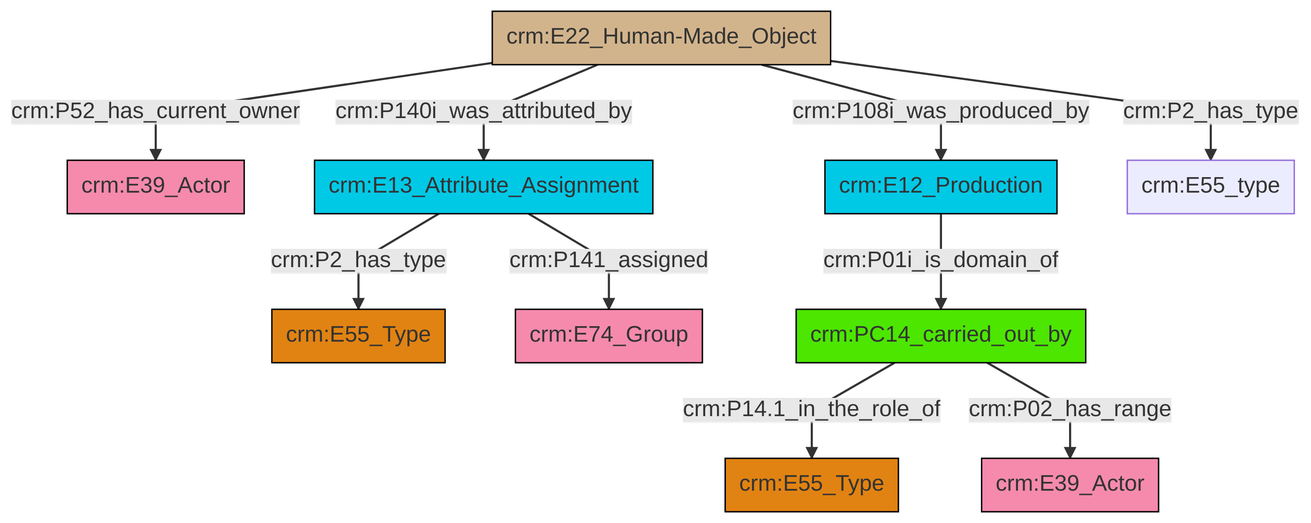
Above: et/builtWorkCSV/ttl/mmd/png/Built_Work_actor_relations.png in swiss-art-research-net/docs.swissartresearch (Mermaid), before the change. Its source is kept beside it as et/builtWorkCSV/ttl/mmd/Built_Work_actor_relations.ttl.mmd.
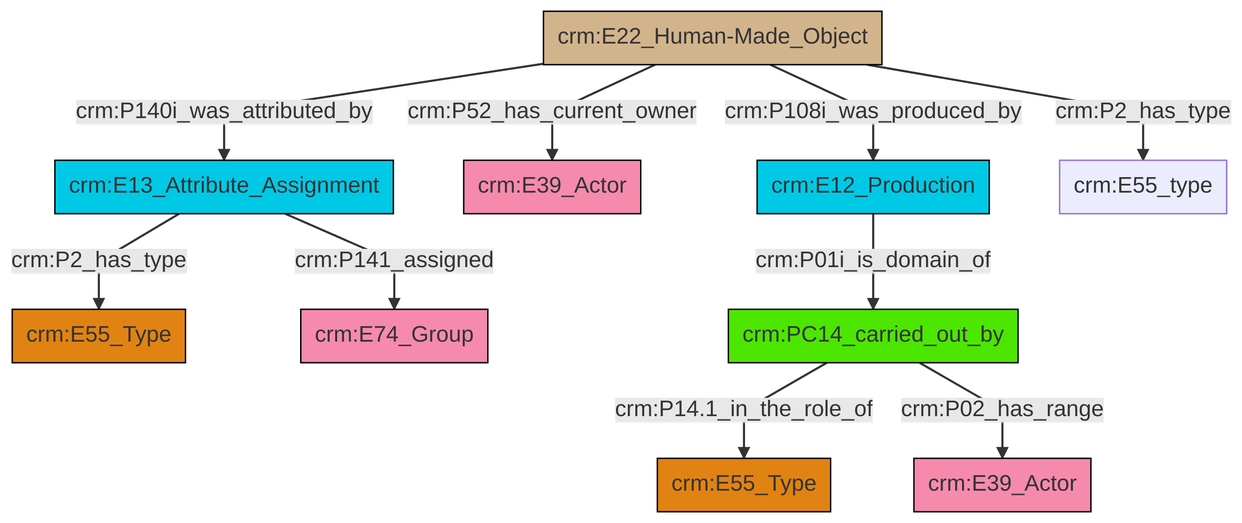
Later version of the same file.

What changed in the source:
```diff
@@ -13,12 +13,12 @@
 classDef PC_Classes fill:#4ce600, stroke:#000000;
 classDef Multi fill:#cccccc,stroke:#000000;
 
-4["crm:E22_Human-Made_Object"]:::Physical_Thing -->|crm:P52_has_current_owner| 5["crm:E39_Actor"]:::Actor
-8["crm:E13_Attribute_Assignment"]:::Temporal_Entity -->|crm:P141_assigned| 9["crm:E74_Group"]:::Actor
-8["crm:E13_Attribute_Assignment"]:::Temporal_Entity -->|crm:P2_has_type| 0["crm:E55_Type"]:::Type
-11["crm:PC14_carried_out_by"]:::PC_Classes -->|crm:P14.1_in_the_role_of| 2["crm:E55_Type"]:::Type
-15["crm:E12_Production"]:::Temporal_Entity -->|crm:P01i_is_domain_of| 11["crm:PC14_carried_out_by"]:::PC_Classes
-4["crm:E22_Human-Made_Object"]:::Physical_Thing -->|crm:P140i_was_attributed_by| 8["crm:E13_Attribute_Assignment"]:::Temporal_Entity
-4["crm:E22_Human-Made_Object"]:::Physical_Thing -->|crm:P2_has_type| 19["crm:E55_type"]:::Default
-4["crm:E22_Human-Made_Object"]:::Physical_Thing -->|crm:P108i_was_produced_by| 15["crm:E12_Production"]:::Temporal_Entity
-11["crm:PC14_carried_out_by"]:::PC_Classes -->|crm:P02_has_range| 6["crm:E39_Actor"]:::Actor
+0["crm:E22_Human-Made_Object"]:::Physical_Thing -->|crm:P140i_was_attributed_by| 1["crm:E13_Attribute_Assignment"]:::Temporal_Entity
+1["crm:E13_Attribute_Assignment"]:::Temporal_Entity -->|crm:P2_has_type| 2["crm:E55_Type"]:::Type
+1["crm:E13_Attribute_Assignment"]:::Temporal_Entity -->|crm:P141_assigned| 6["crm:E74_Group"]:::Actor
+0["crm:E22_Human-Made_Object"]:::Physical_Thing -->|crm:P52_has_current_owner| 9["crm:E39_Actor"]:::Actor
+4["crm:PC14_carried_out_by"]:::PC_Classes -->|crm:P14.1_in_the_role_of| 11["crm:E55_Type"]:::Type
+0["crm:E22_Human-Made_Object"]:::Physical_Thing -->|crm:P108i_was_produced_by| 12["crm:E12_Production"]:::Temporal_Entity
+4["crm:PC14_carried_out_by"]:::PC_Classes -->|crm:P02_has_range| 7["crm:E39_Actor"]:::Actor
+12["crm:E12_Production"]:::Temporal_Entity -->|crm:P01i_is_domain_of| 4["crm:PC14_carried_out_by"]:::PC_Classes
+0["crm:E22_Human-Made_Object"]:::Physical_Thing -->|crm:P2_has_type| 15["crm:E55_type"]:::Default
```
